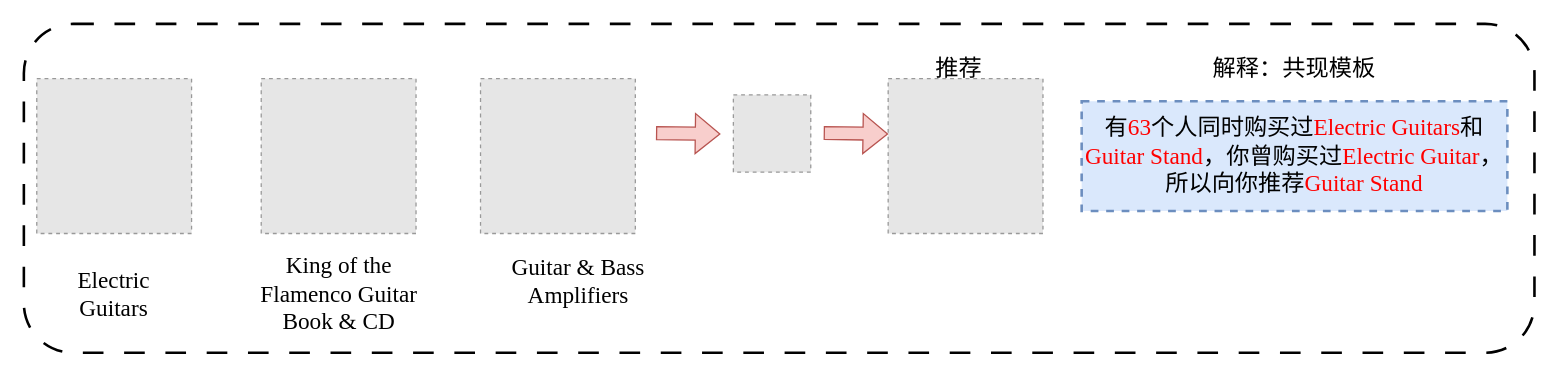
This is 多模态/共现解释示意图.drawio from rabbicat30/test, a draw.io file, before an edit. Source tidied: cells renumbered, new cells numbered last; positions are measured from the earlier drawing's top-left corner, leaving out a move shared by most shapes. Both pictures are drawn from the tidied source at 129%, with x=0, y=0 at pixel (23, 23). Pictures stored in the file or linked from it are replaced by grey dashed boxes.
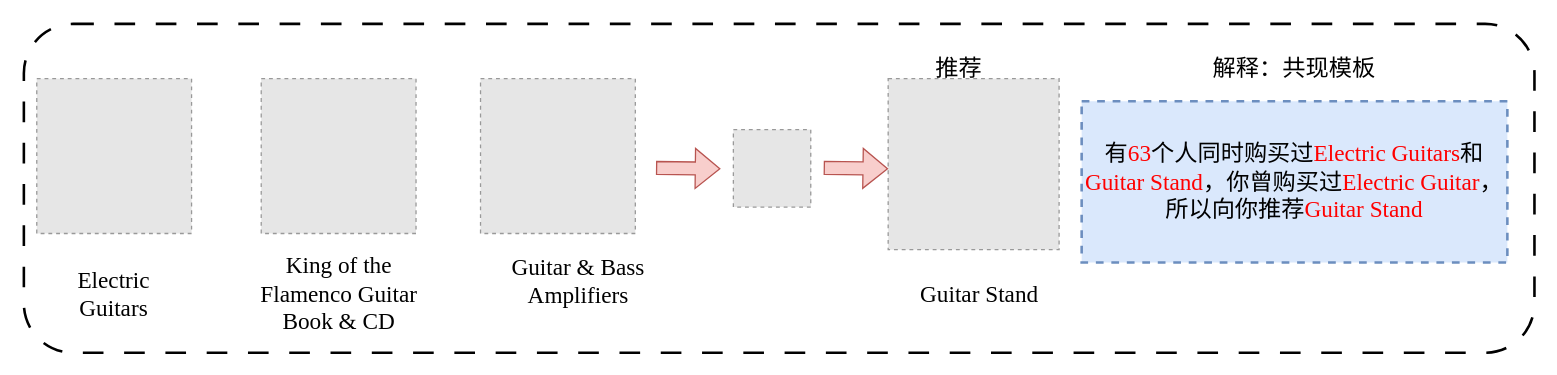
After the change.

Commit message (it also covers changes not shown here):
更新共现解释示意图.drawio

Change to the diagram source:
```diff
@@
 <mxGraphModel>
   <root>
     <mxCell id="0" />
     <mxCell id="1" parent="0" />
     <mxCell id="2" style="rounded=1;whiteSpace=wrap;html=1;strokeWidth=2;dashed=1;dashPattern=8 8;" parent="1" vertex="1">
       <mxGeometry width="1171" height="255" as="geometry" />
     </mxCell>
     <mxCell id="3" style="fillColor=#E6E6E6;strokeColor=#999999;dashed=1;verticalLabelPosition=bottom;labelBackgroundColor=default;verticalAlign=top;" parent="1" vertex="1">
       <mxGeometry x="354" y="42.5" width="120" height="120" as="geometry" />
     </mxCell>
     <mxCell id="4" style="fillColor=#E6E6E6;strokeColor=#999999;dashed=1;verticalLabelPosition=bottom;labelBackgroundColor=default;verticalAlign=top;" parent="1" vertex="1">
       <mxGeometry x="184" y="42.5" width="120" height="120" as="geometry" />
     </mxCell>
     <mxCell id="5" style="fillColor=#E6E6E6;strokeColor=#999999;dashed=1;verticalLabelPosition=bottom;labelBackgroundColor=default;verticalAlign=top;" parent="1" vertex="1">
-      <mxGeometry x="670" y="42.5" width="120" height="120" as="geometry" />
+      <mxGeometry x="670" y="42.5" width="132.5" height="132.5" as="geometry" />
     </mxCell>
     <mxCell id="6" style="fillColor=#E6E6E6;strokeColor=#999999;dashed=1;verticalLabelPosition=bottom;labelBackgroundColor=default;verticalAlign=top;" parent="1" vertex="1">
       <mxGeometry x="10" y="42.5" width="120" height="120" as="geometry" />
     </mxCell>
     <mxCell id="7" style="fillColor=#E6E6E6;strokeColor=#999999;dashed=1;verticalLabelPosition=bottom;labelBackgroundColor=default;verticalAlign=top;" parent="1" vertex="1">
-      <mxGeometry x="550" y="55" width="60" height="60" as="geometry" />
+      <mxGeometry x="550" y="82" width="60" height="60" as="geometry" />
     </mxCell>
     <mxCell id="8" style="shape=flexArrow;endArrow=classic;html=1;rounded=0;fillColor=#f8cecc;strokeColor=#b85450;" parent="1" edge="1">
       <mxGeometry relative="1" as="geometry">
-        <mxPoint x="490" y="84.7" as="sourcePoint" />
-        <mxPoint x="540" y="85.3" as="targetPoint" />
+        <mxPoint x="490" y="111.7" as="sourcePoint" />
+        <mxPoint x="540" y="112.3" as="targetPoint" />
       </mxGeometry>
     </mxCell>
     <mxCell id="9" value="&lt;span style=&quot;font-family: &amp;quot;Times New Roman&amp;quot;; font-size: 18px;&quot;&gt;&lt;font style=&quot;color: rgb(0, 0, 0);&quot;&gt;Electric Guitars&lt;/font&gt;&lt;/span&gt;" style="text;strokeColor=none;align=center;fillColor=none;html=1;verticalAlign=middle;whiteSpace=wrap;rounded=0;" parent="1" vertex="1">
       <mxGeometry x="20" y="195" width="100" height="30" as="geometry" />
     </mxCell>
     <mxCell id="10" value="&lt;font face=&quot;Times New Roman&quot;&gt;&lt;span style=&quot;font-size: 18px;&quot;&gt;King of the Flamenco Guitar Book &amp;amp; CD&lt;/span&gt;&lt;/font&gt;" style="text;strokeColor=none;align=center;fillColor=none;html=1;verticalAlign=middle;whiteSpace=wrap;rounded=0;" parent="1" vertex="1">
       <mxGeometry x="181.5" y="185" width="125" height="50" as="geometry" />
     </mxCell>
     <mxCell id="11" value="&lt;font face=&quot;Times New Roman&quot;&gt;&lt;span style=&quot;font-size: 18px;&quot;&gt;Guitar &amp;amp; Bass Amplifiers&lt;/span&gt;&lt;/font&gt;" style="text;strokeColor=none;align=center;fillColor=none;html=1;verticalAlign=middle;whiteSpace=wrap;rounded=0;" parent="1" vertex="1">
       <mxGeometry x="370" y="175" width="120" height="50" as="geometry" />
     </mxCell>
     <mxCell id="12" value="&lt;span style=&quot;font-size: 18px;&quot;&gt;&lt;font face=&quot;宋体&quot;&gt;推荐&lt;/font&gt;&lt;/span&gt;" style="text;strokeColor=none;align=center;fillColor=none;html=1;verticalAlign=middle;whiteSpace=wrap;rounded=0;" parent="1" vertex="1">
       <mxGeometry x="690" y="10" width="70" height="50" as="geometry" />
     </mxCell>
     <mxCell id="13" value="&lt;font face=&quot;宋体&quot;&gt;&lt;span style=&quot;font-size: 18px;&quot;&gt;解释：共现模板&lt;/span&gt;&lt;/font&gt;" style="text;strokeColor=none;align=center;fillColor=none;html=1;verticalAlign=middle;whiteSpace=wrap;rounded=0;" parent="1" vertex="1">
       <mxGeometry x="915" y="21.5" width="140" height="27.5" as="geometry" />
     </mxCell>
     <mxCell id="14" value="&lt;font style=&quot;font-size: 18px;&quot; face=&quot;宋体&quot;&gt;有&lt;/font&gt;&lt;font style=&quot;font-size: 18px; color: rgb(255, 0, 0);&quot; face=&quot;Times New Roman&quot;&gt;63&lt;/font&gt;&lt;font style=&quot;font-size: 18px;&quot; face=&quot;宋体&quot;&gt;个人同时购买过&lt;/font&gt;&lt;font style=&quot;font-size: 18px; color: rgb(255, 0, 0);&quot; face=&quot;Times New Roman&quot;&gt;Electric Guitars&lt;/font&gt;&lt;font style=&quot;font-size: 18px;&quot; face=&quot;宋体&quot;&gt;和&lt;/font&gt;&lt;font style=&quot;font-size: 18px; color: rgb(255, 0, 0);&quot; face=&quot;Times New Roman&quot;&gt;Guitar Stand&lt;/font&gt;&lt;font style=&quot;font-size: 18px;&quot; face=&quot;宋体&quot;&gt;，你曾购买过&lt;/font&gt;&lt;font style=&quot;font-size: 18px; color: rgb(255, 0, 0);&quot; face=&quot;Times New Roman&quot;&gt;Electric Guitar&lt;/font&gt;&lt;font style=&quot;font-size: 18px;&quot; face=&quot;宋体&quot;&gt;，所以向你推荐&lt;/font&gt;&lt;font style=&quot;font-size: 18px; color: rgb(255, 0, 0);&quot; face=&quot;Times New Roman&quot;&gt;Guitar Stand&lt;/font&gt;" style="rounded=0;whiteSpace=wrap;html=1;fillColor=#dae8fc;strokeColor=#6c8ebf;strokeWidth=2;dashed=1;" parent="1" vertex="1">
-      <mxGeometry x="820" y="60" width="330" height="85" as="geometry" />
+      <mxGeometry x="820" y="60" width="330" height="125" as="geometry" />
     </mxCell>
     <mxCell id="15" style="shape=flexArrow;endArrow=classic;html=1;rounded=0;fillColor=#f8cecc;strokeColor=#b85450;" parent="1" edge="1">
       <mxGeometry relative="1" as="geometry">
-        <mxPoint x="620" y="84.6" as="sourcePoint" />
-        <mxPoint x="670" y="85.3" as="targetPoint" />
+        <mxPoint x="620" y="111.6" as="sourcePoint" />
+        <mxPoint x="670" y="112.3" as="targetPoint" />
       </mxGeometry>
     </mxCell>
+    <mxCell id="16" value="&lt;font face=&quot;Times New Roman&quot;&gt;&lt;span style=&quot;font-size: 18px;&quot;&gt;Guitar Stand&lt;/span&gt;&lt;/font&gt;" style="text;strokeColor=none;align=center;fillColor=none;html=1;verticalAlign=middle;whiteSpace=wrap;rounded=0;" parent="1" vertex="1">
+      <mxGeometry x="681" y="185" width="120" height="50" as="geometry" />
+    </mxCell>
   </root>
 </mxGraphModel>
```
